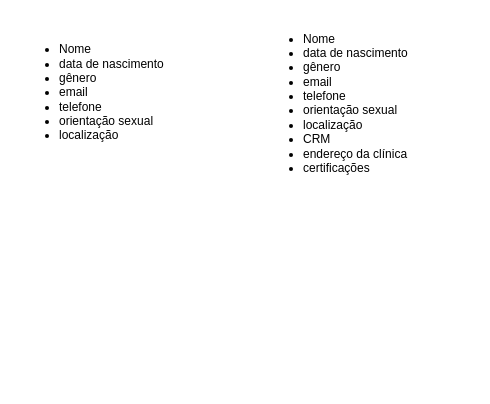
Earlier version of the draw.io diagram Untitled Diagram.drawio (rulevamanda/Generation_ProjetoIntegrador). Source tidied: cells renumbered, new cells numbered last; positions are measured from the earlier drawing's top-left corner, leaving out a move shared by most shapes. Both pictures are drawn from the tidied source at 100%, with x=0, y=0 at pixel (17, 17).
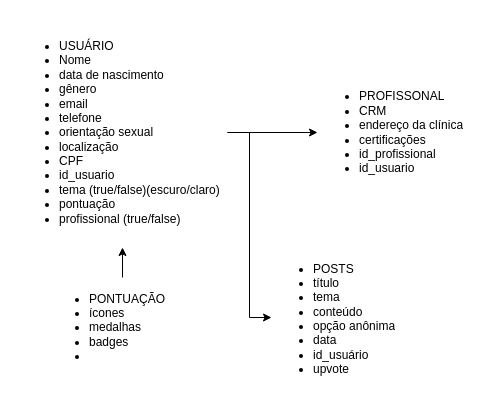
The same page after the edit.

The edit, as a diff of the source:
```diff
@@
 <mxGraphModel>
   <root>
     <mxCell id="0" />
     <mxCell id="1" parent="0" />
+    <mxCell id="4" style="edgeStyle=orthogonalEdgeStyle;rounded=0;jettySize=auto;html=1;exitX=1;exitY=0.5;exitDx=0;exitDy=0;" parent="1" edge="1" source="2" target="3">
+      <mxGeometry relative="1" as="geometry" />
+    </mxCell>
+    <mxCell id="5" style="edgeStyle=orthogonalEdgeStyle;rounded=0;jettySize=auto;html=1;" parent="1" edge="1" source="2" target="6">
+      <mxGeometry relative="1" as="geometry" />
+    </mxCell>
-    <mxCell id="2" value="&lt;ul&gt;&lt;li&gt;Nome&lt;/li&gt;&lt;li&gt;data de nascimento&lt;/li&gt;&lt;li&gt;gênero&lt;/li&gt;&lt;li&gt;email&lt;/li&gt;&lt;li&gt;telefone&lt;/li&gt;&lt;li&gt;orientação sexual&lt;/li&gt;&lt;li&gt;localização&lt;/li&gt;&lt;/ul&gt;" style="text;strokeColor=none;fillColor=none;html=1;whiteSpace=wrap;verticalAlign=middle;overflow=hidden;" parent="1" vertex="1">
-      <mxGeometry width="160" height="150" as="geometry" />
+    <mxCell id="2" value="&lt;ul&gt;&lt;li&gt;USUÁRIO&lt;/li&gt;&lt;li&gt;Nome&lt;/li&gt;&lt;li&gt;data de nascimento&lt;/li&gt;&lt;li&gt;gênero&lt;/li&gt;&lt;li&gt;email&lt;/li&gt;&lt;li&gt;telefone&lt;/li&gt;&lt;li&gt;orientação sexual&lt;/li&gt;&lt;li&gt;localização&lt;/li&gt;&lt;li&gt;CPF&lt;/li&gt;&lt;li&gt;id_usuario&lt;/li&gt;&lt;li&gt;tema (true/false)(escuro/claro)&lt;/li&gt;&lt;li&gt;pontuação&lt;/li&gt;&lt;li&gt;profissional (true/false)&lt;/li&gt;&lt;/ul&gt;" style="text;strokeColor=none;fillColor=none;html=1;whiteSpace=wrap;verticalAlign=middle;overflow=hidden;" parent="1" vertex="1">
+      <mxGeometry width="210" height="230" as="geometry" />
     </mxCell>
-    <mxCell id="3" value="&lt;ul&gt;&lt;li&gt;Nome&lt;/li&gt;&lt;li&gt;data de nascimento&lt;/li&gt;&lt;li&gt;gênero&lt;/li&gt;&lt;li&gt;email&lt;/li&gt;&lt;li&gt;telefone&lt;/li&gt;&lt;li&gt;orientação sexual&lt;/li&gt;&lt;li&gt;localização&lt;/li&gt;&lt;li&gt;CRM&lt;/li&gt;&lt;li&gt;endereço da clínica&lt;/li&gt;&lt;li&gt;certificações&lt;/li&gt;&lt;/ul&gt;" style="text;strokeColor=none;fillColor=none;html=1;whiteSpace=wrap;verticalAlign=middle;overflow=hidden;" parent="1" vertex="1">
-      <mxGeometry x="244" width="156" height="170" as="geometry" />
+    <mxCell id="3" value="&lt;ul&gt;&lt;li&gt;PROFISSONAL&lt;/li&gt;&lt;li&gt;&lt;span&gt;CRM&lt;/span&gt;&lt;br&gt;&lt;/li&gt;&lt;li&gt;endereço da clínica&lt;/li&gt;&lt;li&gt;certificações&lt;/li&gt;&lt;li&gt;id_profissional&lt;/li&gt;&lt;li&gt;id_usuario&lt;/li&gt;&lt;/ul&gt;" style="text;strokeColor=none;fillColor=none;html=1;whiteSpace=wrap;verticalAlign=middle;overflow=hidden;" parent="1" vertex="1">
+      <mxGeometry x="300" y="30" width="156" height="170" as="geometry" />
     </mxCell>
+    <mxCell id="6" value="&lt;ul&gt;&lt;li&gt;POSTS&lt;/li&gt;&lt;li&gt;título&lt;/li&gt;&lt;li&gt;tema&lt;/li&gt;&lt;li&gt;conteúdo&lt;/li&gt;&lt;li&gt;opção anônima&lt;/li&gt;&lt;li&gt;data&lt;/li&gt;&lt;li&gt;id_usuário&lt;/li&gt;&lt;li&gt;upvote&lt;/li&gt;&lt;/ul&gt;" style="text;strokeColor=none;fillColor=none;html=1;whiteSpace=wrap;verticalAlign=middle;overflow=hidden;" parent="1" vertex="1">
+      <mxGeometry x="254" y="230" width="160" height="140" as="geometry" />
+    </mxCell>
+    <mxCell id="7" style="edgeStyle=orthogonalEdgeStyle;rounded=0;jettySize=auto;html=1;" parent="1" edge="1" source="8" target="2">
+      <mxGeometry relative="1" as="geometry" />
+    </mxCell>
+    <mxCell id="8" value="&lt;ul&gt;&lt;li&gt;PONTUAÇÃO&lt;/li&gt;&lt;li&gt;ícones&lt;/li&gt;&lt;li&gt;medalhas&lt;/li&gt;&lt;li&gt;badges&lt;/li&gt;&lt;li&gt;&lt;br&gt;&lt;/li&gt;&lt;/ul&gt;" style="text;strokeColor=none;fillColor=none;html=1;whiteSpace=wrap;verticalAlign=middle;overflow=hidden;" parent="1" vertex="1">
+      <mxGeometry x="30" y="260" width="150" height="100" as="geometry" />
+    </mxCell>
   </root>
 </mxGraphModel>
```
